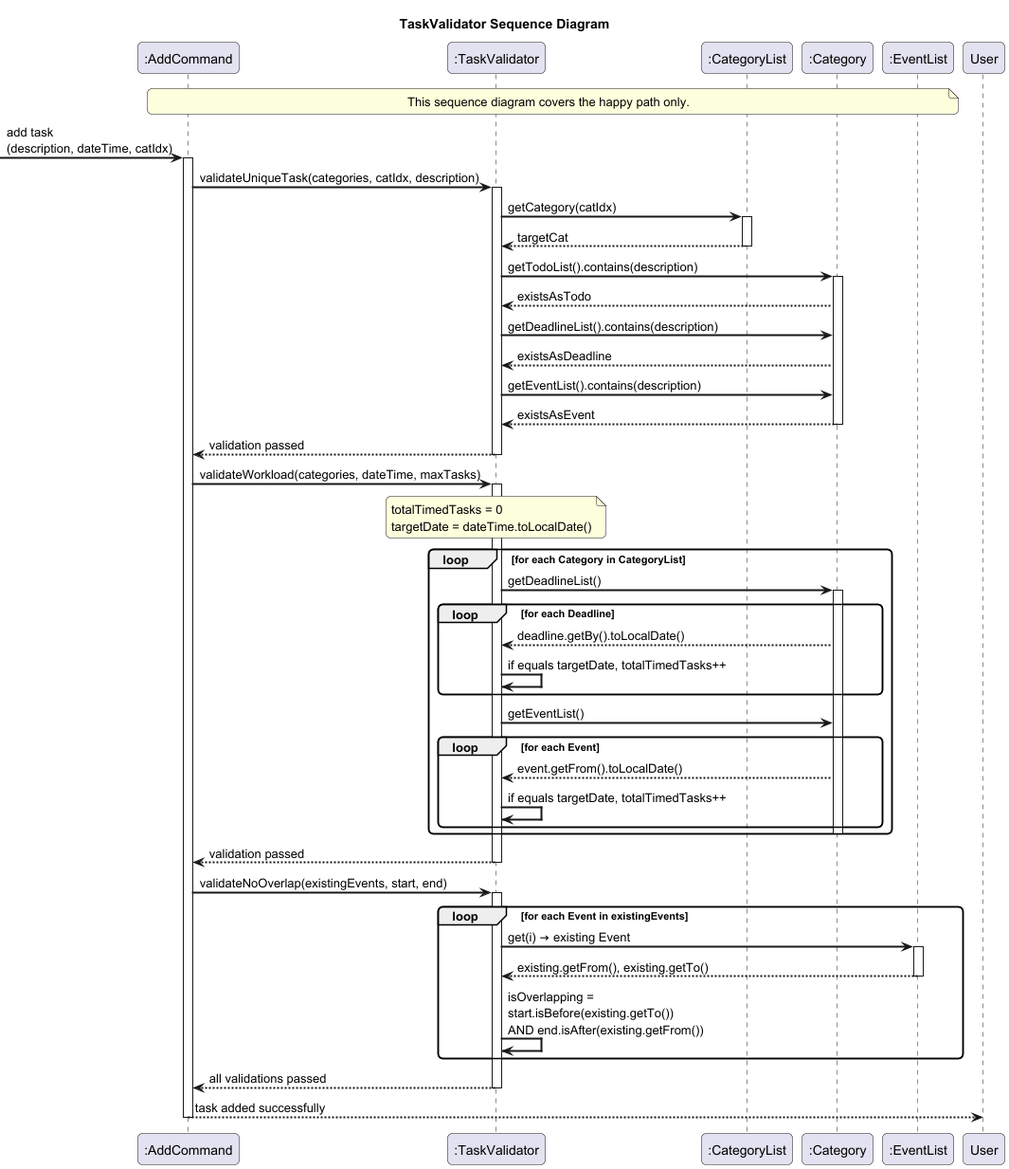
michaelshyam1/tp keeps this PlantUML diagram as docs/pictures/TaskValidatorSequence.png. Above is the earlier version.
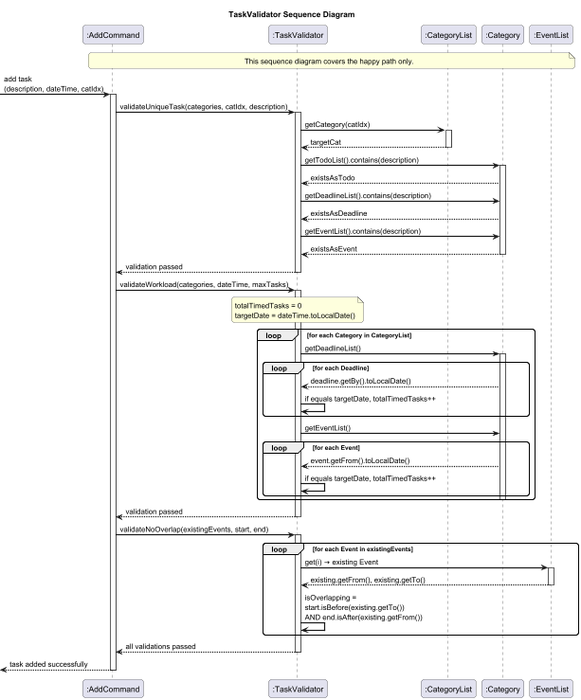
The same diagram one commit later.

Commit message:
Changes to UML sequence diagram

What changed in the source:
```diff
@@ -77,7 +77,7 @@
 TV --> AC : all validations passed
 deactivate TV
 
-AC --> User : task added successfully
+<-- AC : task added successfully
 deactivate AC
 
 @enduml
```
